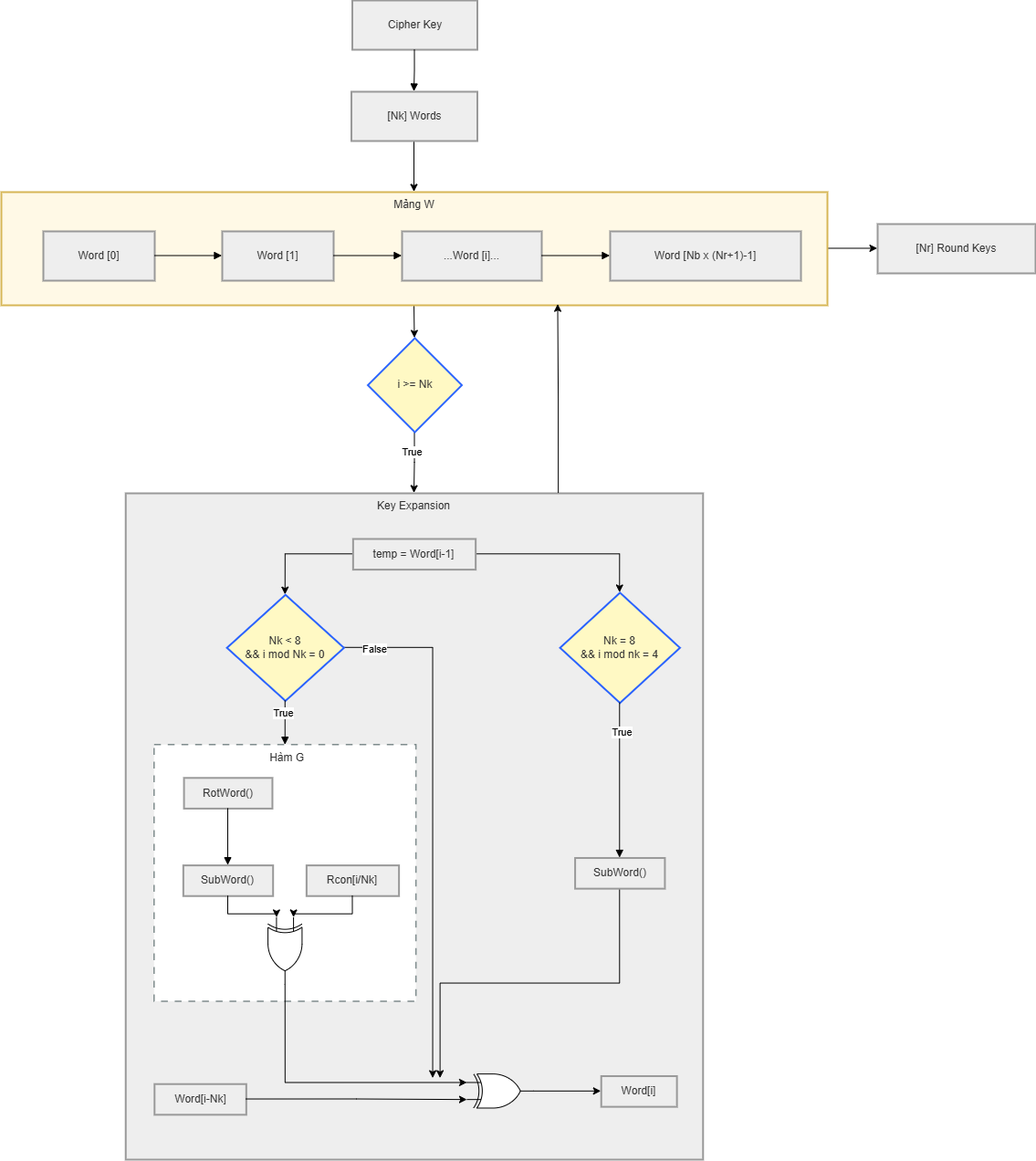
The draw.io diagram media/AES Key Expansion.png in LQLManZz/AES128-Verilog, before a commit. Source tidied: cells renumbered, new cells last; positions are measured from the earlier drawing's top-left corner, leaving out a move shared by most shapes.
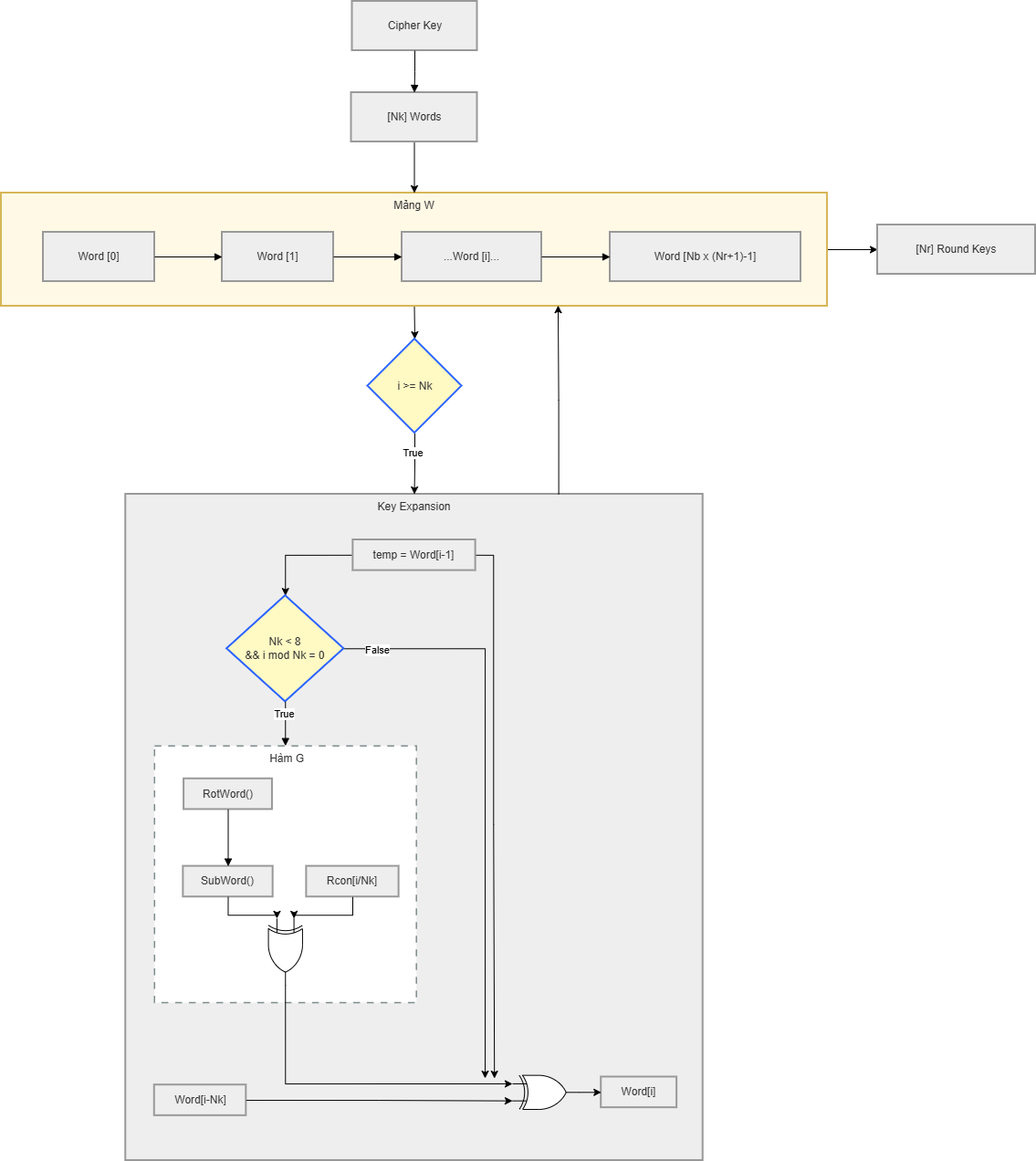
The same file after the commit.

Diff of the diagram source:
```diff
@@ -38,15 +38,26 @@
     <mxCell id="13" style="edgeStyle=orthogonalEdgeStyle;rounded=0;jettySize=auto;html=1;exitX=0;exitY=0.5;exitDx=0;exitDy=0;entryX=0.5;entryY=0;entryDx=0;entryDy=0;" parent="2" edge="1" source="15" target="18">
       <mxGeometry relative="1" as="geometry" />
     </mxCell>
-    <mxCell id="14" style="edgeStyle=orthogonalEdgeStyle;rounded=0;jettySize=auto;html=1;exitX=1;exitY=0.5;exitDx=0;exitDy=0;entryX=0.5;entryY=0;entryDx=0;entryDy=0;" parent="2" edge="1" source="15" target="19">
-      <mxGeometry relative="1" as="geometry" />
-    </mxCell>
+    <mxCell id="49" style="edgeStyle=orthogonalEdgeStyle;rounded=0;jettySize=auto;html=1;exitX=1;exitY=0.5;exitDx=0;exitDy=0;" parent="2" edge="1" source="15">
+      <mxGeometry relative="1" as="geometry">
+        <mxPoint x="403.8" y="640" as="targetPoint" />
+        <Array as="points">
+          <mxPoint x="403" y="67" />
+          <mxPoint x="403" y="362" />
+          <mxPoint x="404" y="362" />
+          <mxPoint x="404" y="640" />
+        </Array>
+      </mxGeometry>
+    </mxCell>
     <mxCell id="15" value="temp = Word[i-1]" style="whiteSpace=wrap;strokeWidth=2;fillColor=light-dark(#eeeeee,#1f2020);strokeColor=light-dark(#999999,#cccccc);fontColor=light-dark(#333333,#cccccc);" parent="2" vertex="1">
       <mxGeometry x="249.1" y="50" width="134.3" height="33.6" as="geometry" />
     </mxCell>
     <mxCell id="16" style="edgeStyle=orthogonalEdgeStyle;rounded=0;jettySize=auto;html=1;exitX=1;exitY=0.5;exitDx=0;exitDy=0;" parent="2" edge="1" source="18">
       <mxGeometry relative="1" as="geometry">
-        <mxPoint x="336.8" y="641" as="targetPoint" />
+        <mxPoint x="393.8" y="640" as="targetPoint" />
+        <Array as="points">
+          <mxPoint x="394" y="169" />
+        </Array>
       </mxGeometry>
     </mxCell>
     <mxCell id="17" value="False" style="edgeLabel;html=1;align=center;verticalAlign=middle;" parent="16" vertex="1">
@@ -55,23 +66,6 @@
     <mxCell id="18" value="Nk &lt; 8&#10;&amp;&amp; i mod Nk = 0" style="rhombus;strokeWidth=2;whiteSpace=wrap;fillColor=#FFF9C4;strokeColor=#2962FF;fontColor=light-dark(#333333,#cccccc);" parent="2" vertex="1">
       <mxGeometry x="110.9" y="111.2" width="128.2" height="116.2" as="geometry" />
     </mxCell>
-    <mxCell id="19" value="Nk = 8 &#10;&amp;&amp; i mod nk = 4" style="rhombus;strokeWidth=2;whiteSpace=wrap;fillColor=#FFF9C4;strokeColor=#2962FF;fontColor=light-dark(#333333,#cccccc);" parent="2" vertex="1">
-      <mxGeometry x="475.8" y="108.9" width="131.3" height="120.7" as="geometry" />
-    </mxCell>
-    <mxCell id="20" style="edgeStyle=orthogonalEdgeStyle;rounded=0;jettySize=auto;html=1;exitX=0.5;exitY=1;exitDx=0;exitDy=0;" parent="2" edge="1" source="21">
-      <mxGeometry relative="1" as="geometry">
-        <mxPoint x="344.9" y="641" as="targetPoint" />
-      </mxGeometry>
-    </mxCell>
-    <mxCell id="21" value="SubWord()" style="whiteSpace=wrap;strokeWidth=2;fillColor=light-dark(#eeeeee,#1f2020);strokeColor=light-dark(#999999,#cccccc);fontColor=light-dark(#333333,#cccccc);" parent="2" vertex="1">
-      <mxGeometry x="492.4" y="399.5" width="98.3" height="33.6" as="geometry" />
-    </mxCell>
-    <mxCell id="22" style="curved=1;startArrow=none;endArrow=block;exitX=0.5;exitY=1;entryX=0.5;entryY=0;rounded=0;" parent="2" edge="1" source="19" target="21">
-      <mxGeometry relative="1" as="geometry" />
-    </mxCell>
-    <mxCell id="23" value="True" style="edgeLabel;html=1;align=center;verticalAlign=middle;" parent="22" vertex="1">
-      <mxGeometry x="-0.62" y="2" relative="1" as="geometry" />
-    </mxCell>
     <mxCell id="24" style="curved=1;startArrow=none;endArrow=block;exitX=0.5;exitY=1;entryX=0.5;entryY=0;rounded=0;" parent="2" edge="1" source="18" target="3">
       <mxGeometry relative="1" as="geometry" />
     </mxCell>
@@ -82,7 +76,7 @@
       <mxGeometry relative="1" as="geometry" />
     </mxCell>
     <mxCell id="27" style="verticalLabelPosition=bottom;shadow=0;dashed=0;align=center;html=1;verticalAlign=top;shape=mxgraph.electrical.logic_gates.logic_gate;operation=xor;rotation=0;" parent="2" vertex="1">
-      <mxGeometry x="374.2" y="636.6" width="73.4" height="37.3" as="geometry" />
+      <mxGeometry x="423.7" y="636.6" width="73.4" height="37.3" as="geometry" />
     </mxCell>
     <mxCell id="28" style="edgeStyle=orthogonalEdgeStyle;rounded=0;jettySize=auto;html=1;exitX=1;exitY=0.5;exitDx=0;exitDy=0;entryX=0;entryY=0.75;entryDx=0;entryDy=0;entryPerimeter=0;" parent="2" edge="1" source="11" target="27">
       <mxGeometry relative="1" as="geometry" />
```
